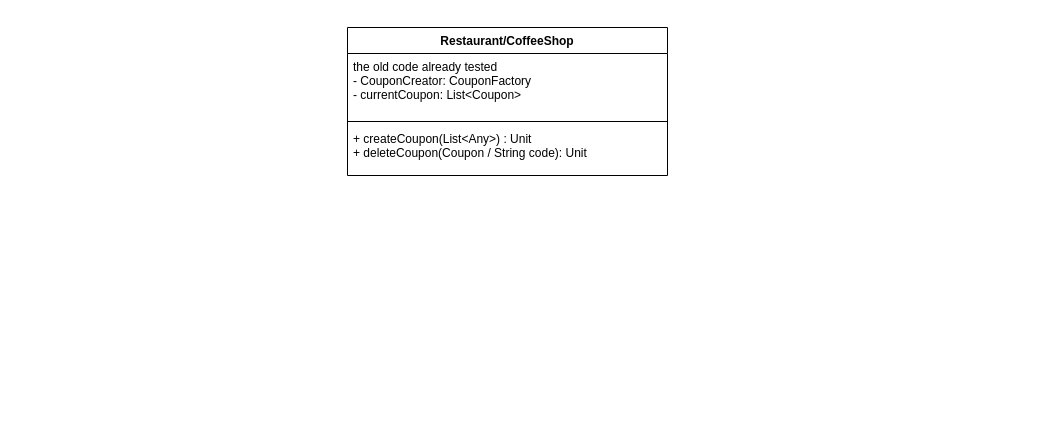
The draw.io diagram Untitled Diagram.drawio in ayhem18/ayhem18, before the edit. Source tidied: cells renumbered, new cells numbered last; positions are measured from the earlier drawing's top-left corner, leaving out a move shared by most shapes. Both pictures are drawn from the tidied source at 100%, with x=0, y=0 at pixel (347, 27).
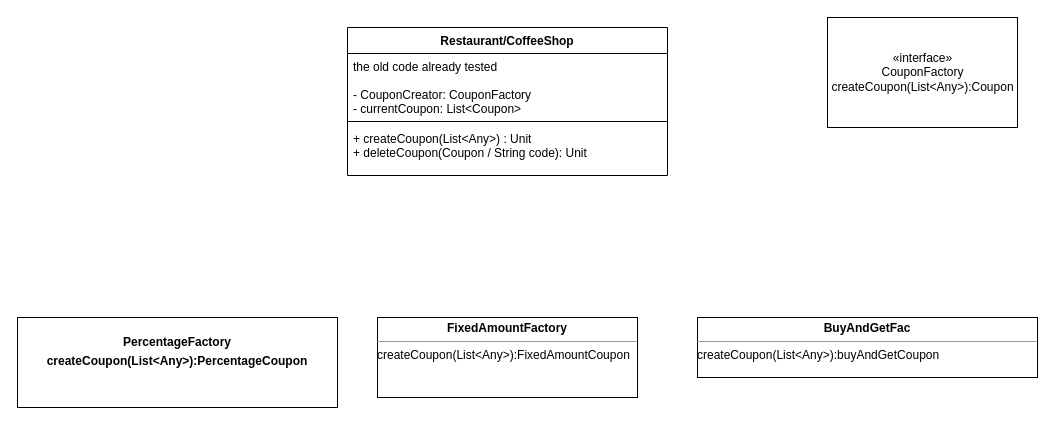
The same diagram, later.

The edit, as a diff of the source:
```diff
@@
 <mxGraphModel>
   <root>
     <mxCell id="0" />
     <mxCell id="1" parent="0" />
     <mxCell id="2" value="Restaurant/CoffeeShop" style="swimlane;fontStyle=1;align=center;verticalAlign=top;horizontal=1;startSize=26;" parent="1" vertex="1">
       <mxGeometry width="320" height="148" as="geometry" />
     </mxCell>
-    <mxCell id="3" value="the old code already tested&#10;- CouponCreator: CouponFactory&#10;- currentCoupon: List&lt;Coupon&gt;" style="text;strokeColor=none;fillColor=none;align=left;verticalAlign=top;spacingLeft=4;spacingRight=4;overflow=hidden;" parent="2" vertex="1">
+    <mxCell id="3" value="the old code already tested&#10;&#10;- CouponCreator: CouponFactory&#10;- currentCoupon: List&lt;Coupon&gt;" style="text;strokeColor=none;fillColor=none;align=left;verticalAlign=top;spacingLeft=4;spacingRight=4;overflow=hidden;" parent="2" vertex="1">
       <mxGeometry y="26" width="320" height="64" as="geometry" />
     </mxCell>
     <mxCell id="4" style="line;strokeWidth=1;fillColor=none;align=left;verticalAlign=middle;spacingTop=-1;spacingLeft=3;spacingRight=3;labelPosition=right;" parent="2" vertex="1">
       <mxGeometry y="90" width="320" height="8" as="geometry" />
     </mxCell>
     <mxCell id="5" value="+ createCoupon(List&lt;Any&gt;) : Unit&#10;+ deleteCoupon(Coupon / String code): Unit" style="text;strokeColor=none;fillColor=none;align=left;verticalAlign=top;spacingLeft=4;spacingRight=4;overflow=hidden;" parent="2" vertex="1">
       <mxGeometry y="98" width="320" height="50" as="geometry" />
     </mxCell>
+    <mxCell id="6" value="«interface»&lt;br&gt;CouponFactory&lt;br&gt;createCoupon(List&amp;lt;Any&amp;gt;):Coupon" style="html=1;" parent="1" vertex="1">
+      <mxGeometry x="480" y="-10" width="190" height="110" as="geometry" />
+    </mxCell>
+    <mxCell id="7" value="&lt;p style=&quot;margin: 0px ; margin-top: 4px ; text-align: center&quot;&gt;&lt;br&gt;&lt;b&gt;PercentageFactory&lt;/b&gt;&lt;/p&gt;&lt;p style=&quot;margin: 0px ; margin-top: 4px ; text-align: center&quot;&gt;&lt;b&gt;createCoupon(List&amp;lt;Any&amp;gt;):PercentageCoupon&lt;/b&gt;&lt;/p&gt;" style="verticalAlign=top;align=left;overflow=fill;fontSize=12;fontFamily=Helvetica;html=1;" parent="1" vertex="1">
+      <mxGeometry x="-330" y="290" width="320" height="90" as="geometry" />
+    </mxCell>
+    <mxCell id="8" value="&lt;p style=&quot;margin: 0px ; margin-top: 4px ; text-align: center&quot;&gt;&lt;b&gt;FixedAmountFactory&lt;/b&gt;&lt;/p&gt;&lt;hr size=&quot;1&quot;&gt;&lt;div style=&quot;height: 2px&quot;&gt;createCoupon(List&amp;lt;Any&amp;gt;):FixedAmountCoupon&lt;/div&gt;" style="verticalAlign=top;align=left;overflow=fill;fontSize=12;fontFamily=Helvetica;html=1;" parent="1" vertex="1">
+      <mxGeometry x="30" y="290" width="260" height="80" as="geometry" />
+    </mxCell>
+    <mxCell id="9" value="&lt;p style=&quot;margin: 0px ; margin-top: 4px ; text-align: center&quot;&gt;&lt;b&gt;BuyAndGetFac&lt;/b&gt;&lt;/p&gt;&lt;hr size=&quot;1&quot;&gt;&lt;div style=&quot;height: 2px&quot;&gt;createCoupon(List&amp;lt;Any&amp;gt;):buyAndGetCoupon&lt;/div&gt;" style="verticalAlign=top;align=left;overflow=fill;fontSize=12;fontFamily=Helvetica;html=1;" parent="1" vertex="1">
+      <mxGeometry x="350" y="290" width="340" height="60" as="geometry" />
+    </mxCell>
   </root>
 </mxGraphModel>
```
